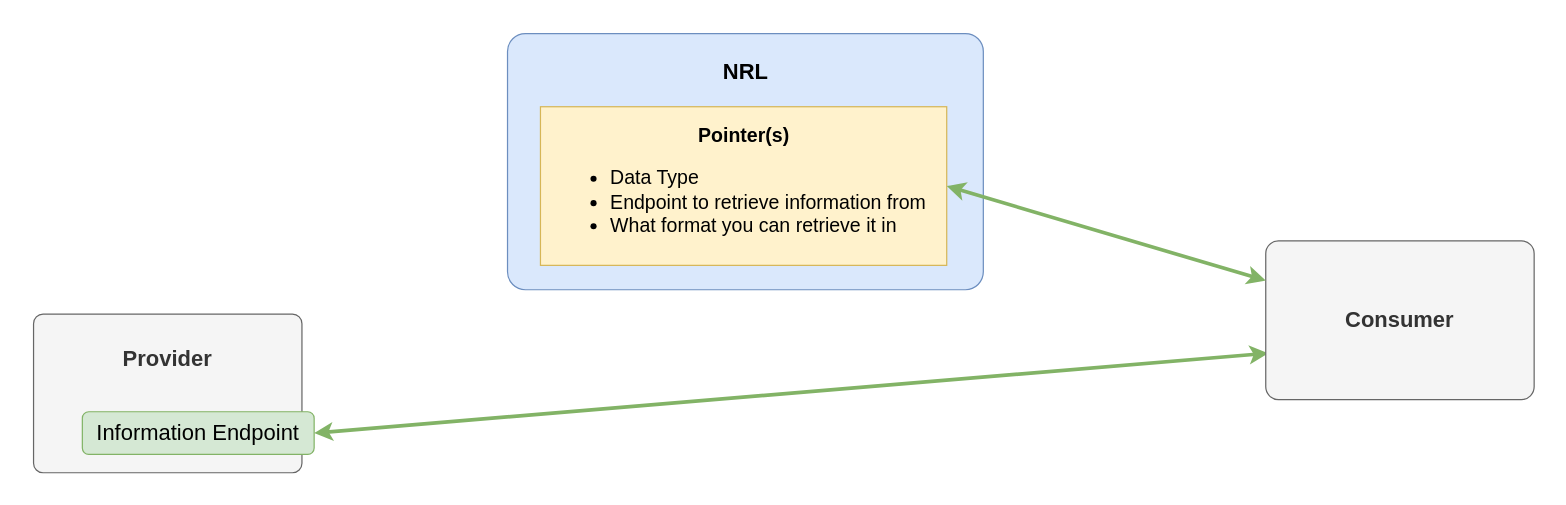
The draw.io diagram page "overview/nrl_pointer_retrieve" (2 of 11) of images/NRL_images.drawio in nhsconnect/FHIR-NRLS-API, before the edit. Source tidied: cells renumbered, new cells numbered last; positions are measured from the earlier drawing's top-left corner, leaving out a move shared by most shapes. Both pictures are drawn from the tidied source at 122%, with x=0, y=0 at pixel (21, 21).
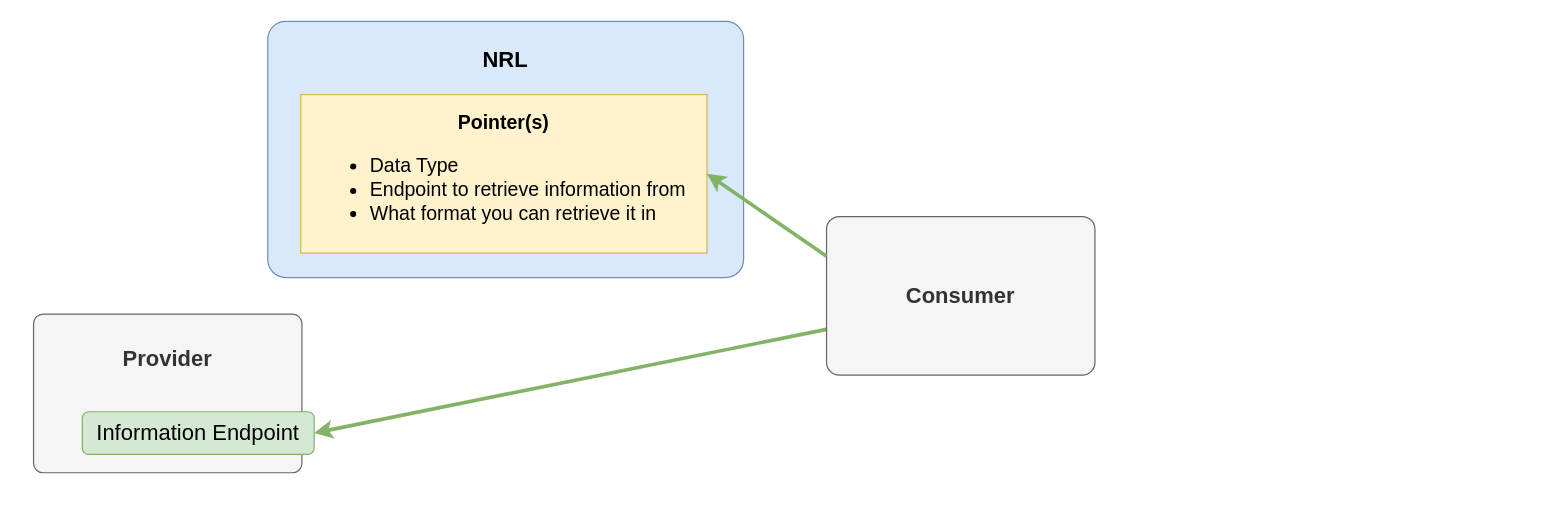
After the change.

What changed in the source:
```diff
@@
 <mxGraphModel>
   <root>
     <mxCell id="0" />
     <mxCell id="1" parent="0" />
-    <mxCell id="2" style="rounded=0;whiteSpace=wrap;html=1;shadow=0;glass=0;comic=0;fontSize=26;align=left;fillColor=none;strokeColor=none;" parent="1" vertex="1">
-      <mxGeometry width="1250" height="380" as="geometry" />
-    </mxCell>
-    <mxCell id="3" style="endArrow=classic;startArrow=classic;html=1;strokeWidth=3;fontSize=18;entryX=0.009;entryY=0.708;entryDx=0;entryDy=0;exitX=1;exitY=0.5;exitDx=0;exitDy=0;entryPerimeter=0;fillColor=#d5e8d4;strokeColor=#82b366;" parent="1" edge="1" source="9" target="4">
+    <mxCell id="3" style="endArrow=none;startArrow=classic;html=1;strokeWidth=3;fontSize=18;entryX=0.009;entryY=0.708;entryDx=0;entryDy=0;exitX=1;exitY=0.5;exitDx=0;exitDy=0;entryPerimeter=0;fillColor=#d5e8d4;strokeColor=#82b366;startFill=1;endFill=0;" parent="1" edge="1" source="9" target="4">
       <mxGeometry relative="1" as="geometry" />
     </mxCell>
     <mxCell id="4" value="Consumer" style="rounded=1;whiteSpace=wrap;html=1;fontSize=18;fillColor=#f5f5f5;strokeColor=#666666;fontColor=#333333;fontStyle=1;arcSize=8;" parent="1" vertex="1">
-      <mxGeometry x="1020" y="180" width="220" height="130" as="geometry" />
+      <mxGeometry x="660" y="160" width="220" height="130" as="geometry" />
     </mxCell>
     <mxCell id="5" value="NRL" style="rounded=1;whiteSpace=wrap;html=1;verticalAlign=top;fontSize=18;spacingTop=15;fillColor=#dae8fc;strokeColor=#6c8ebf;fontStyle=1;comic=0;shadow=0;arcSize=7;" parent="1" vertex="1">
-      <mxGeometry x="398.5" y="10" width="390" height="210" as="geometry" />
+      <mxGeometry x="202" width="390" height="210" as="geometry" />
     </mxCell>
     <mxCell id="6" value="Provider" style="rounded=1;whiteSpace=wrap;html=1;fontSize=18;verticalAlign=top;spacingTop=20;fillColor=#f5f5f5;strokeColor=#666666;fontStyle=1;arcSize=6;fontColor=#333333;" parent="1" vertex="1">
       <mxGeometry x="10" y="240" width="220" height="130" as="geometry" />
     </mxCell>
     <mxCell id="7" value="&lt;b style=&quot;font-size: 16px;&quot;&gt;Pointer(s)&lt;/b&gt;&lt;br style=&quot;font-size: 16px;&quot;&gt;&lt;div style=&quot;text-align: left; font-size: 16px;&quot;&gt;&lt;ul style=&quot;font-size: 16px;&quot;&gt;&lt;li style=&quot;font-size: 16px;&quot;&gt;&lt;span style=&quot;font-size: 16px;&quot;&gt;Data Type&lt;/span&gt;&lt;/li&gt;&lt;li style=&quot;font-size: 16px;&quot;&gt;&lt;span style=&quot;font-size: 16px;&quot;&gt;Endpoint to retrieve information from&lt;/span&gt;&lt;/li&gt;&lt;li style=&quot;font-size: 16px;&quot;&gt;&lt;span style=&quot;font-size: 16px;&quot;&gt;What format you can retrieve it in&lt;/span&gt;&lt;/li&gt;&lt;/ul&gt;&lt;/div&gt;" style="rounded=0;whiteSpace=wrap;html=1;fontSize=16;verticalAlign=middle;spacingTop=5;fillColor=#fff2cc;strokeColor=#d6b656;" parent="1" vertex="1">
-      <mxGeometry x="425.5" y="70" width="333" height="130" as="geometry" />
+      <mxGeometry x="229" y="60" width="333" height="130" as="geometry" />
     </mxCell>
-    <mxCell id="8" style="endArrow=classic;startArrow=classic;html=1;strokeWidth=3;fontSize=18;entryX=1;entryY=0.5;entryDx=0;entryDy=0;exitX=0;exitY=0.25;exitDx=0;exitDy=0;fillColor=#d5e8d4;strokeColor=#82b366;" parent="1" edge="1" source="4" target="7">
+    <mxCell id="8" style="endArrow=classic;startArrow=none;html=1;strokeWidth=3;fontSize=18;entryX=1;entryY=0.5;entryDx=0;entryDy=0;exitX=0;exitY=0.25;exitDx=0;exitDy=0;fillColor=#d5e8d4;strokeColor=#82b366;endFill=1;startFill=0;" parent="1" edge="1" source="4" target="7">
       <mxGeometry relative="1" as="geometry" />
     </mxCell>
     <mxCell id="9" value="Information Endpoint" style="rounded=1;whiteSpace=wrap;html=1;fontSize=18;fillColor=#d5e8d4;strokeColor=#82b366;glass=0;" parent="1" vertex="1">
       <mxGeometry x="50" y="320" width="190" height="35" as="geometry" />
     </mxCell>
   </root>
 </mxGraphModel>
```
